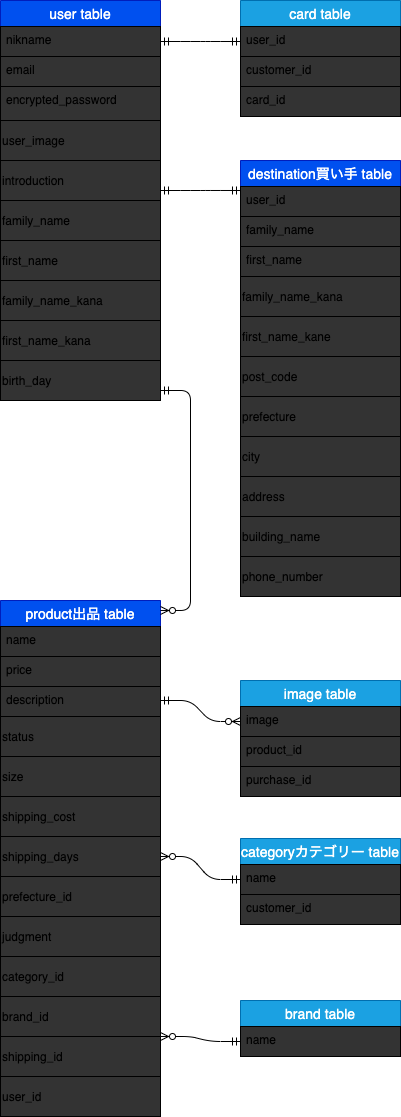
yosida0929/furima-31487 keeps this draw.io diagram as db.png. Above is the earlier version. Source tidied: cells renumbered, new cells last; positions are measured from the earlier drawing's top-left corner, leaving out a move shared by most shapes.
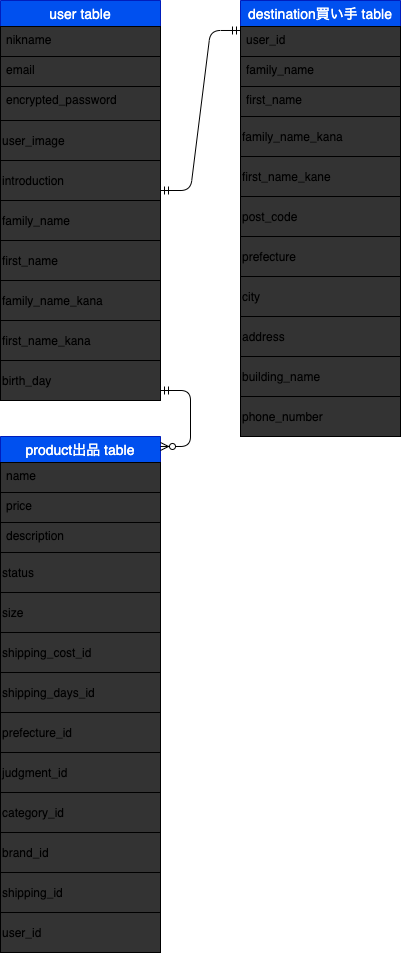
After the commit.

Commit message:
DB 設計 README ER図修正１

What changed in the source:
```diff
@@ -35,20 +35,8 @@
     <mxCell id="12" value="birth_day" style="whiteSpace=wrap;align=left;fillColor=#333333;fontColor=#000000;strokeColor=#000000;" parent="1" vertex="1">
       <mxGeometry y="360" width="160" height="40" as="geometry" />
     </mxCell>
-    <mxCell id="13" value="card table" style="swimlane;fontStyle=0;horizontal=1;startSize=26;align=center;fontSize=14;fillColor=#1ba1e2;strokeColor=#006EAF;fontColor=#ffffff;" parent="1" vertex="1">
-      <mxGeometry x="240" width="160" height="116" as="geometry" />
-    </mxCell>
-    <mxCell id="14" value="user_id" style="text;spacingLeft=4;spacingRight=4;overflow=hidden;points=[[0,0.5],[1,0.5]];portConstraint=eastwest;fontSize=12;fillColor=#333333;strokeColor=#000000;fontColor=#000000;" parent="13" vertex="1">
-      <mxGeometry y="26" width="160" height="30" as="geometry" />
-    </mxCell>
-    <mxCell id="15" value="customer_id" style="text;spacingLeft=4;spacingRight=4;overflow=hidden;fontSize=12;fillColor=#333333;strokeColor=#000000;fontColor=#000000;" parent="13" vertex="1">
-      <mxGeometry y="56" width="160" height="30" as="geometry" />
-    </mxCell>
-    <mxCell id="16" value="card_id" style="text;spacingLeft=4;spacingRight=4;overflow=hidden;fontSize=12;fillColor=#333333;strokeColor=#000000;fontColor=#000000;" parent="13" vertex="1">
-      <mxGeometry y="86" width="160" height="30" as="geometry" />
-    </mxCell>
     <mxCell id="17" value="destination買い手 table" style="swimlane;fontStyle=0;horizontal=1;startSize=26;align=center;fontSize=14;fillColor=#0050ef;strokeColor=#001DBC;fontColor=#ffffff;" parent="1" vertex="1">
-      <mxGeometry x="240" y="160" width="160" height="116" as="geometry" />
+      <mxGeometry x="240" width="160" height="116" as="geometry" />
     </mxCell>
     <mxCell id="18" value="user_id" style="text;spacingLeft=4;spacingRight=4;overflow=hidden;points=[[0,0.5],[1,0.5]];portConstraint=eastwest;fontSize=12;fillColor=#333333;strokeColor=#000000;fontColor=#000000;" parent="17" vertex="1">
       <mxGeometry y="26" width="160" height="30" as="geometry" />
@@ -60,31 +48,31 @@
       <mxGeometry y="86" width="160" height="30" as="geometry" />
     </mxCell>
     <mxCell id="21" value="family_name_kana" style="whiteSpace=wrap;align=left;gradientColor=none;fillColor=#333333;strokeColor=#000000;fontColor=#000000;" parent="1" vertex="1">
-      <mxGeometry x="240" y="276" width="160" height="40" as="geometry" />
+      <mxGeometry x="240" y="116" width="160" height="40" as="geometry" />
     </mxCell>
     <mxCell id="22" value="first_name_kane" style="whiteSpace=wrap;align=left;gradientColor=none;fillColor=#333333;strokeColor=#000000;fontColor=#000000;" parent="1" vertex="1">
-      <mxGeometry x="240" y="316" width="160" height="40" as="geometry" />
+      <mxGeometry x="240" y="156" width="160" height="40" as="geometry" />
     </mxCell>
     <mxCell id="23" value="post_code" style="whiteSpace=wrap;align=left;gradientColor=none;fillColor=#333333;strokeColor=#000000;fontColor=#000000;" parent="1" vertex="1">
-      <mxGeometry x="240" y="356" width="160" height="40" as="geometry" />
+      <mxGeometry x="240" y="196" width="160" height="40" as="geometry" />
     </mxCell>
     <mxCell id="24" value="prefecture" style="whiteSpace=wrap;align=left;gradientColor=none;fillColor=#333333;strokeColor=#000000;fontColor=#000000;" parent="1" vertex="1">
-      <mxGeometry x="240" y="396" width="160" height="40" as="geometry" />
+      <mxGeometry x="240" y="236" width="160" height="40" as="geometry" />
     </mxCell>
     <mxCell id="25" value="city" style="whiteSpace=wrap;align=left;gradientColor=none;fillColor=#333333;strokeColor=#000000;fontColor=#000000;" parent="1" vertex="1">
-      <mxGeometry x="240" y="436" width="160" height="40" as="geometry" />
+      <mxGeometry x="240" y="276" width="160" height="40" as="geometry" />
     </mxCell>
     <mxCell id="26" value="address " style="whiteSpace=wrap;align=left;gradientColor=none;fillColor=#333333;strokeColor=#000000;fontColor=#000000;" parent="1" vertex="1">
-      <mxGeometry x="240" y="476" width="160" height="40" as="geometry" />
+      <mxGeometry x="240" y="316" width="160" height="40" as="geometry" />
     </mxCell>
     <mxCell id="27" value="building_name" style="whiteSpace=wrap;align=left;gradientColor=none;fillColor=#333333;strokeColor=#000000;fontColor=#000000;" parent="1" vertex="1">
-      <mxGeometry x="240" y="516" width="160" height="40" as="geometry" />
+      <mxGeometry x="240" y="356" width="160" height="40" as="geometry" />
     </mxCell>
     <mxCell id="28" value="phone_number" style="whiteSpace=wrap;align=left;gradientColor=none;fillColor=#333333;strokeColor=#000000;fontColor=#000000;" parent="1" vertex="1">
-      <mxGeometry x="240" y="556" width="160" height="40" as="geometry" />
+      <mxGeometry x="240" y="396" width="160" height="40" as="geometry" />
     </mxCell>
     <mxCell id="29" value="product出品 table" style="swimlane;fontStyle=0;horizontal=1;startSize=26;align=center;fontSize=14;fillColor=#0050ef;strokeColor=#001DBC;fontColor=#ffffff;" parent="1" vertex="1">
-      <mxGeometry y="600" width="160" height="116" as="geometry" />
+      <mxGeometry y="436" width="160" height="116" as="geometry" />
     </mxCell>
     <mxCell id="30" value="name" style="text;spacingLeft=4;spacingRight=4;overflow=hidden;fontSize=12;fillColor=#333333;strokeColor=#000000;" parent="29" vertex="1">
       <mxGeometry y="26" width="160" height="30" as="geometry" />
@@ -96,65 +84,35 @@
       <mxGeometry y="86" width="160" height="30" as="geometry" />
     </mxCell>
     <mxCell id="33" value="status" style="whiteSpace=wrap;align=left;gradientColor=none;fillColor=#333333;strokeColor=#000000;" parent="1" vertex="1">
-      <mxGeometry y="716" width="160" height="40" as="geometry" />
+      <mxGeometry y="552" width="160" height="40" as="geometry" />
     </mxCell>
     <mxCell id="34" value="size" style="whiteSpace=wrap;align=left;gradientColor=none;fillColor=#333333;strokeColor=#000000;" parent="1" vertex="1">
-      <mxGeometry y="756" width="160" height="40" as="geometry" />
+      <mxGeometry y="592" width="160" height="40" as="geometry" />
     </mxCell>
-    <mxCell id="35" value="shipping_cost" style="whiteSpace=wrap;align=left;gradientColor=none;fillColor=#333333;strokeColor=#000000;" parent="1" vertex="1">
-      <mxGeometry y="796" width="160" height="40" as="geometry" />
+    <mxCell id="35" value="shipping_cost_id" style="whiteSpace=wrap;align=left;gradientColor=none;fillColor=#333333;strokeColor=#000000;" parent="1" vertex="1">
+      <mxGeometry y="632" width="160" height="40" as="geometry" />
     </mxCell>
-    <mxCell id="36" value="shipping_days" style="whiteSpace=wrap;align=left;gradientColor=none;fillColor=#333333;strokeColor=#000000;" parent="1" vertex="1">
-      <mxGeometry y="836" width="160" height="40" as="geometry" />
+    <mxCell id="36" value="shipping_days_id" style="whiteSpace=wrap;align=left;gradientColor=none;fillColor=#333333;strokeColor=#000000;" parent="1" vertex="1">
+      <mxGeometry y="672" width="160" height="40" as="geometry" />
     </mxCell>
     <mxCell id="37" value="prefecture_id" style="whiteSpace=wrap;align=left;gradientColor=none;fillColor=#333333;strokeColor=#000000;" parent="1" vertex="1">
-      <mxGeometry y="876" width="160" height="40" as="geometry" />
+      <mxGeometry y="712" width="160" height="40" as="geometry" />
     </mxCell>
-    <mxCell id="38" value="judgment" style="whiteSpace=wrap;align=left;gradientColor=none;fillColor=#333333;strokeColor=#000000;" parent="1" vertex="1">
-      <mxGeometry y="916" width="160" height="40" as="geometry" />
+    <mxCell id="38" value="judgment_id" style="whiteSpace=wrap;align=left;gradientColor=none;fillColor=#333333;strokeColor=#000000;" parent="1" vertex="1">
+      <mxGeometry y="752" width="160" height="40" as="geometry" />
     </mxCell>
     <mxCell id="39" value="category_id" style="whiteSpace=wrap;align=left;gradientColor=none;fillColor=#333333;strokeColor=#000000;" parent="1" vertex="1">
-      <mxGeometry y="956" width="160" height="40" as="geometry" />
+      <mxGeometry y="792" width="160" height="40" as="geometry" />
     </mxCell>
     <mxCell id="40" value="brand_id" style="whiteSpace=wrap;align=left;gradientColor=none;fillColor=#333333;strokeColor=#000000;" parent="1" vertex="1">
-      <mxGeometry y="996" width="160" height="40" as="geometry" />
+      <mxGeometry y="832" width="160" height="40" as="geometry" />
     </mxCell>
     <mxCell id="41" value="shipping_id " style="whiteSpace=wrap;align=left;gradientColor=none;fillColor=#333333;strokeColor=#000000;" parent="1" vertex="1">
-      <mxGeometry y="1036" width="160" height="40" as="geometry" />
+      <mxGeometry y="872" width="160" height="40" as="geometry" />
     </mxCell>
     <mxCell id="42" value="user_id" style="whiteSpace=wrap;align=left;gradientColor=none;fillColor=#333333;strokeColor=#000000;" parent="1" vertex="1">
-      <mxGeometry y="1076" width="160" height="40" as="geometry" />
+      <mxGeometry y="912" width="160" height="40" as="geometry" />
     </mxCell>
-    <mxCell id="43" value="image table" style="swimlane;fontStyle=0;horizontal=1;startSize=26;align=center;fontSize=14;fillColor=#1ba1e2;strokeColor=#006EAF;fontColor=#ffffff;" parent="1" vertex="1">
-      <mxGeometry x="240" y="680" width="160" height="116" as="geometry" />
-    </mxCell>
-    <mxCell id="44" value="image" style="text;spacingLeft=4;spacingRight=4;overflow=hidden;points=[[0,0.5],[1,0.5]];portConstraint=eastwest;fontSize=12;fillColor=#333333;strokeColor=#000000;" parent="43" vertex="1">
-      <mxGeometry y="26" width="160" height="30" as="geometry" />
-    </mxCell>
-    <mxCell id="45" value="product_id" style="text;spacingLeft=4;spacingRight=4;overflow=hidden;fontSize=12;fillColor=#333333;strokeColor=#000000;" parent="43" vertex="1">
-      <mxGeometry y="56" width="160" height="30" as="geometry" />
-    </mxCell>
-    <mxCell id="46" value="purchase_id" style="text;spacingLeft=4;spacingRight=4;overflow=hidden;fontSize=12;fillColor=#333333;strokeColor=#000000;" parent="43" vertex="1">
-      <mxGeometry y="86" width="160" height="30" as="geometry" />
-    </mxCell>
-    <mxCell id="47" value="categoryカテゴリー table" style="swimlane;fontStyle=0;horizontal=1;startSize=26;align=center;fontSize=14;fillColor=#1ba1e2;strokeColor=#006EAF;fontColor=#ffffff;" parent="1" vertex="1">
-      <mxGeometry x="240" y="838" width="160" height="86" as="geometry" />
-    </mxCell>
-    <mxCell id="48" value="name" style="text;spacingLeft=4;spacingRight=4;overflow=hidden;points=[[0,0.5],[1,0.5]];portConstraint=eastwest;fontSize=12;fillColor=#333333;strokeColor=#000000;" parent="47" vertex="1">
-      <mxGeometry y="26" width="160" height="30" as="geometry" />
-    </mxCell>
-    <mxCell id="49" value="customer_id" style="text;spacingLeft=4;spacingRight=4;overflow=hidden;fontSize=12;fillColor=#333333;strokeColor=#000000;" parent="47" vertex="1">
-      <mxGeometry y="56" width="160" height="30" as="geometry" />
-    </mxCell>
-    <mxCell id="50" value="brand table" style="swimlane;fontStyle=0;horizontal=1;startSize=26;align=center;fontSize=14;fillColor=#1ba1e2;strokeColor=#006EAF;fontColor=#ffffff;" parent="1" vertex="1">
-      <mxGeometry x="240" y="1000" width="160" height="56" as="geometry" />
-    </mxCell>
-    <mxCell id="51" value="name" style="text;spacingLeft=4;spacingRight=4;overflow=hidden;points=[[0,0.5],[1,0.5]];portConstraint=eastwest;fontSize=12;fillColor=#333333;strokeColor=#000000;" parent="50" vertex="1">
-      <mxGeometry y="26" width="160" height="30" as="geometry" />
-    </mxCell>
-    <mxCell id="52" style="edgeStyle=entityRelationEdgeStyle;fontSize=12;html=1;endArrow=ERmandOne;startArrow=ERmandOne;entryX=0;entryY=0.5;entryDx=0;entryDy=0;exitX=1;exitY=0.5;exitDx=0;exitDy=0;" parent="1" edge="1" source="3" target="14">
-      <mxGeometry relative="1" as="geometry" />
-    </mxCell>
     <mxCell id="53" style="edgeStyle=entityRelationEdgeStyle;fontSize=12;html=1;endArrow=ERmandOne;startArrow=ERmandOne;exitX=1;exitY=0.5;exitDx=0;exitDy=0;entryX=0;entryY=0.133;entryDx=0;entryDy=0;entryPerimeter=0;" parent="1" edge="1" target="18">
       <mxGeometry relative="1" as="geometry">
         <mxPoint x="160" y="190" as="sourcePoint" />
@@ -163,16 +121,5 @@
     <mxCell id="54" style="edgeStyle=entityRelationEdgeStyle;fontSize=12;html=1;endArrow=ERzeroToMany;startArrow=ERmandOne;verticalAlign=middle;exitX=1;exitY=0.75;exitDx=0;exitDy=0;entryX=1;entryY=0.086;entryDx=0;entryDy=0;entryPerimeter=0;" parent="1" edge="1" source="12" target="29">
       <mxGeometry relative="1" as="geometry" />
     </mxCell>
-    <mxCell id="55" style="edgeStyle=entityRelationEdgeStyle;fontSize=12;html=1;endArrow=ERzeroToMany;startArrow=ERmandOne;verticalAlign=middle;exitX=1;exitY=0.75;exitDx=0;exitDy=0;entryX=0;entryY=0.5;entryDx=0;entryDy=0;" parent="1" edge="1" target="44">
-      <mxGeometry relative="1" as="geometry">
-        <mxPoint x="160" y="700" as="sourcePoint" />
-      </mxGeometry>
-    </mxCell>
-    <mxCell id="56" style="edgeStyle=entityRelationEdgeStyle;fontSize=12;html=1;endArrow=ERzeroToMany;startArrow=ERmandOne;entryX=1;entryY=0.5;entryDx=0;entryDy=0;exitX=0;exitY=0.5;exitDx=0;exitDy=0;" parent="1" edge="1" source="48" target="36">
-      <mxGeometry relative="1" as="geometry" />
-    </mxCell>
-    <mxCell id="57" style="edgeStyle=entityRelationEdgeStyle;fontSize=12;html=1;endArrow=ERzeroToMany;startArrow=ERmandOne;entryX=1;entryY=1;entryDx=0;entryDy=0;exitX=0;exitY=0.5;exitDx=0;exitDy=0;" parent="1" edge="1" source="51" target="40">
-      <mxGeometry relative="1" as="geometry" />
-    </mxCell>
   </root>
 </mxGraphModel>
```
